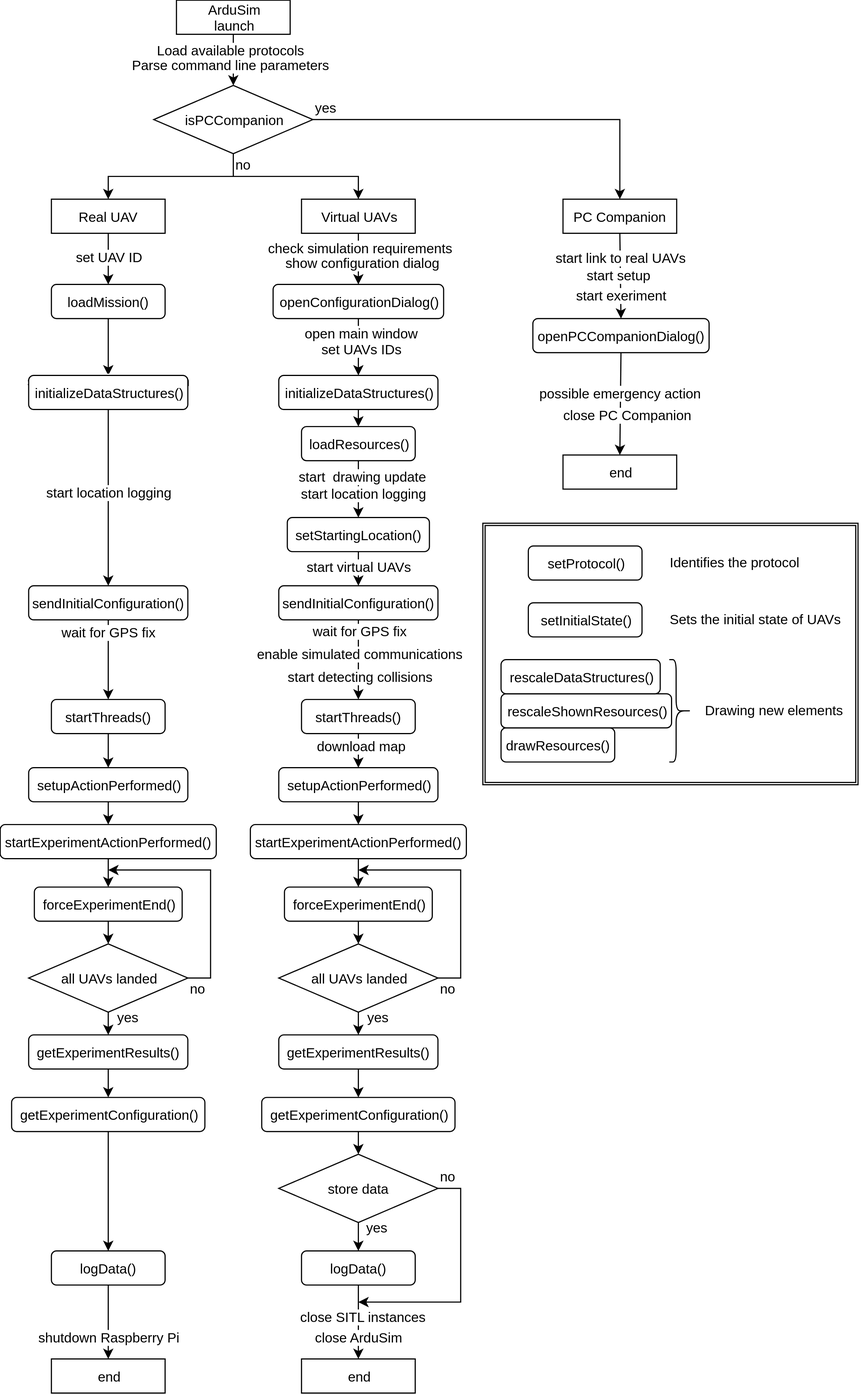
The draw.io diagram help/ArduSimworkflow.svg in GRCDEV/ArduSim, before a commit. Source tidied: cells renumbered, new cells last; positions are measured from the earlier drawing's top-left corner, leaving out a move shared by most shapes.
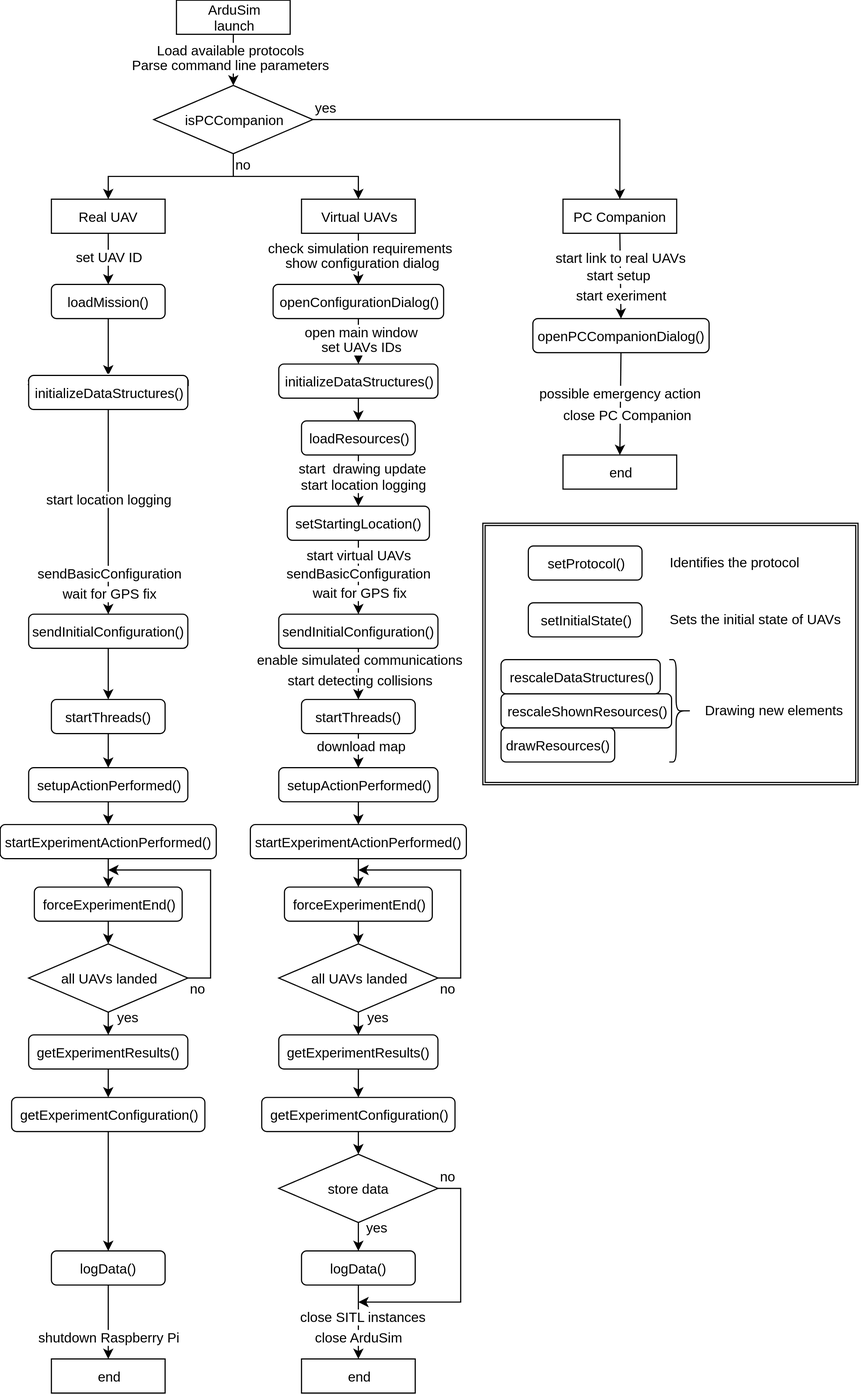
The same diagram one commit later.

Commit message:
ArduSim. Workflow updated with sendBasicConfiguration in two steps

Change to the diagram source:
```diff
@@ -61,7 +61,7 @@
       <mxGeometry x="440.5" y="610" width="150" height="30" as="geometry" />
     </mxCell>
     <mxCell id="16" value="loadResources()&lt;br&gt;" style="rounded=1;whiteSpace=wrap;html=1;" parent="1" vertex="1">
-      <mxGeometry x="265" y="375" width="100" height="30" as="geometry" />
+      <mxGeometry x="265" y="370" width="100" height="30" as="geometry" />
     </mxCell>
     <mxCell id="17" value="rescaleDataStructures()&lt;br&gt;" style="rounded=1;whiteSpace=wrap;html=1;" parent="1" vertex="1">
       <mxGeometry x="440.5" y="580" width="140" height="30" as="geometry" />
@@ -70,7 +70,7 @@
       <mxGeometry x="464.5" y="530" width="100" height="30" as="geometry" />
     </mxCell>
     <mxCell id="19" value="initializeDataStructures()&lt;br&gt;" style="rounded=1;whiteSpace=wrap;html=1;" parent="1" vertex="1">
-      <mxGeometry x="245" y="330" width="140" height="30" as="geometry" />
+      <mxGeometry x="245" y="320" width="140" height="30" as="geometry" />
     </mxCell>
     <mxCell id="20" value="openConfigurationDialog()&lt;br&gt;" style="rounded=1;whiteSpace=wrap;html=1;" parent="1" vertex="1">
       <mxGeometry x="240" y="250" width="150" height="30" as="geometry" />
@@ -91,10 +91,10 @@
       <mxGeometry x="265" y="615" width="100" height="30" as="geometry" />
     </mxCell>
     <mxCell id="26" value="sendInitialConfiguration()&lt;br&gt;" style="rounded=1;whiteSpace=wrap;html=1;" parent="1" vertex="1">
-      <mxGeometry x="25" y="515" width="140" height="30" as="geometry" />
+      <mxGeometry x="25" y="540" width="140" height="30" as="geometry" />
     </mxCell>
     <mxCell id="27" value="setStartingLocation()&lt;br&gt;" style="rounded=1;whiteSpace=wrap;html=1;" parent="1" vertex="1">
-      <mxGeometry x="252.5" y="455" width="125" height="30" as="geometry" />
+      <mxGeometry x="252.5" y="445" width="125" height="30" as="geometry" />
     </mxCell>
     <mxCell id="28" value="openPCCompanionDialog()&lt;br&gt;" style="rounded=1;whiteSpace=wrap;html=1;" parent="1" vertex="1">
       <mxGeometry x="468.5" y="280" width="155" height="30" as="geometry" />
@@ -161,12 +161,12 @@
     </mxCell>
     <mxCell id="45" value="start&amp;nbsp; drawing update" style="text;html=1;align=center;verticalAlign=middle;labelBackgroundColor=#ffffff;" parent="44" vertex="1">
       <mxGeometry x="-0.56" y="3" relative="1" as="geometry">
-        <mxPoint y="2" as="offset" />
+        <mxPoint y="1" as="offset" />
       </mxGeometry>
     </mxCell>
     <mxCell id="46" value="start location logging" style="text;html=1;align=center;verticalAlign=middle;labelBackgroundColor=#ffffff;" parent="44" vertex="1">
       <mxGeometry x="0.52" y="4" relative="1" as="geometry">
-        <mxPoint y="-10" as="offset" />
+        <mxPoint y="-9" as="offset" />
       </mxGeometry>
     </mxCell>
     <mxCell id="47" style="endArrow=classic;html=1;rounded=0;exitX=0.5;exitY=1;entryX=0.5;entryY=0;" parent="1" edge="1" source="42" target="26">
@@ -177,16 +177,36 @@
         <mxPoint x="-2" y="32" as="offset" />
       </mxGeometry>
     </mxCell>
+    <mxCell id="115" value="wait for GPS fix" style="text;html=1;align=center;verticalAlign=middle;labelBackgroundColor=#ffffff;" parent="47" vertex="1">
+      <mxGeometry x="0.82" y="1" relative="1" as="geometry">
+        <mxPoint y="-3" as="offset" />
+      </mxGeometry>
+    </mxCell>
+    <mxCell id="116" value="sendBasicConfiguration" style="text;html=1;align=center;verticalAlign=middle;labelBackgroundColor=#ffffff;" parent="47" vertex="1">
+      <mxGeometry x="0.6" y="1" relative="1" as="geometry">
+        <mxPoint y="-1" as="offset" />
+      </mxGeometry>
+    </mxCell>
     <mxCell id="49" style="endArrow=classic;html=1;rounded=0;exitX=0.5;exitY=1;entryX=0.5;entryY=0;" parent="1" edge="1" source="27" target="51">
       <mxGeometry relative="1" as="geometry" />
     </mxCell>
     <mxCell id="50" value="start virtual UAVs" style="text;html=1;align=center;verticalAlign=middle;labelBackgroundColor=#ffffff;" parent="49" vertex="1">
       <mxGeometry x="0.37" y="1" relative="1" as="geometry">
-        <mxPoint x="-1" y="-8.5" as="offset" />
+        <mxPoint x="-1" y="-32" as="offset" />
       </mxGeometry>
     </mxCell>
+    <mxCell id="117" value="wait for GPS fix" style="text;html=1;align=center;verticalAlign=middle;labelBackgroundColor=#ffffff;" parent="49" vertex="1">
+      <mxGeometry x="0.44" y="4" relative="1" as="geometry">
+        <mxPoint x="-3" y="-2" as="offset" />
+      </mxGeometry>
+    </mxCell>
+    <mxCell id="118" value="sendBasicConfiguration" style="text;html=1;align=center;verticalAlign=middle;labelBackgroundColor=#ffffff;" parent="49" vertex="1">
+      <mxGeometry x="-0.38" relative="1" as="geometry">
+        <mxPoint y="8" as="offset" />
+      </mxGeometry>
+    </mxCell>
     <mxCell id="51" value="sendInitialConfiguration()&lt;br&gt;" style="rounded=1;whiteSpace=wrap;html=1;" parent="1" vertex="1">
-      <mxGeometry x="245" y="515" width="140" height="30" as="geometry" />
+      <mxGeometry x="245" y="540" width="140" height="30" as="geometry" />
     </mxCell>
     <mxCell id="52" value="startThreads()&lt;br&gt;" style="rounded=1;whiteSpace=wrap;html=1;" parent="1" vertex="1">
       <mxGeometry x="45" y="615" width="100" height="30" as="geometry" />
@@ -194,23 +214,17 @@
     <mxCell id="53" style="endArrow=classic;html=1;rounded=0;exitX=0.5;exitY=1;entryX=0.5;entryY=0;" parent="1" edge="1" source="26" target="52">
       <mxGeometry relative="1" as="geometry" />
     </mxCell>
-    <mxCell id="54" value="wait for GPS fix" style="text;html=1;align=center;verticalAlign=middle;labelBackgroundColor=#ffffff;" parent="53" vertex="1">
-      <mxGeometry x="-0.59" relative="1" as="geometry">
-        <mxPoint y="-4" as="offset" />
-      </mxGeometry>
-    </mxCell>
     <mxCell id="55" style="endArrow=classic;html=1;rounded=0;exitX=0.5;exitY=1;entryX=0.5;entryY=0;" parent="1" edge="1" source="51" target="25">
       <mxGeometry relative="1" as="geometry" />
     </mxCell>
     <mxCell id="56" value="start detecting collisions" style="text;html=1;align=center;verticalAlign=middle;labelBackgroundColor=#ffffff;" parent="55" vertex="1">
-      <mxGeometry x="0.41" y="1" relative="1" as="geometry" />
+      <mxGeometry x="0.41" y="1" relative="1" as="geometry">
+        <mxPoint y="-5" as="offset" />
+      </mxGeometry>
     </mxCell>
-    <mxCell id="57" value="wait for GPS fix" style="text;html=1;align=center;verticalAlign=middle;labelBackgroundColor=#ffffff;" parent="55" vertex="1">
-      <mxGeometry x="-0.74" y="1" relative="1" as="geometry" />
-    </mxCell>
     <mxCell id="58" value="enable simulated communications" style="text;html=1;align=center;verticalAlign=middle;labelBackgroundColor=#ffffff;" parent="55" vertex="1">
       <mxGeometry x="-0.2" y="1" relative="1" as="geometry">
-        <mxPoint y="1" as="offset" />
+        <mxPoint y="-9" as="offset" />
       </mxGeometry>
     </mxCell>
     <mxCell id="59" value="setupActionPerformed()&lt;br&gt;" style="rounded=1;whiteSpace=wrap;html=1;" parent="1" vertex="1">
```
